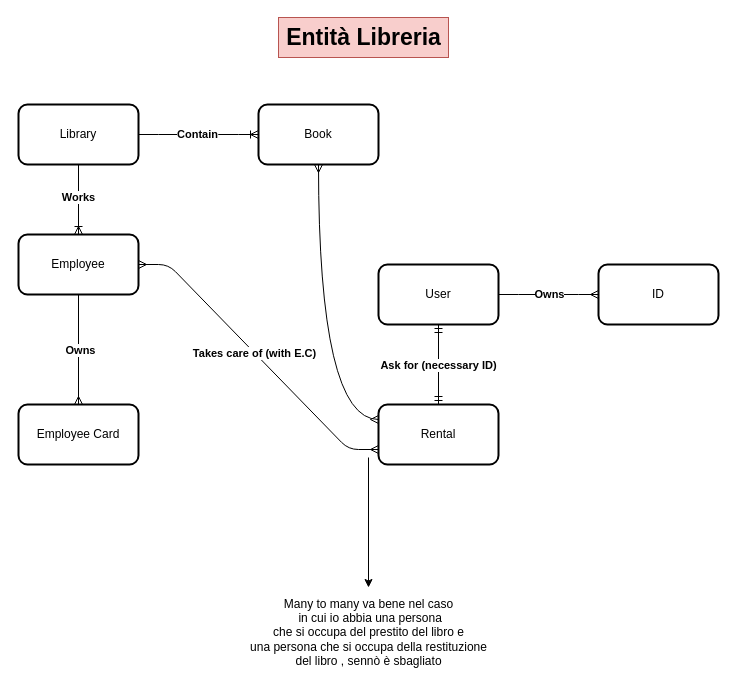
DavideDamico/ITS-Steve-Jobs keeps this draw.io diagram as SteveJobs/DATA MANAGEMENT/biblioteca.dio. Above is the earlier version. Source tidied: cells renumbered, new cells numbered last; positions are measured from the earlier drawing's top-left corner, leaving out a move shared by most shapes. Both pictures are drawn from the tidied source at 100%, with x=0, y=0 at pixel (18, 17).
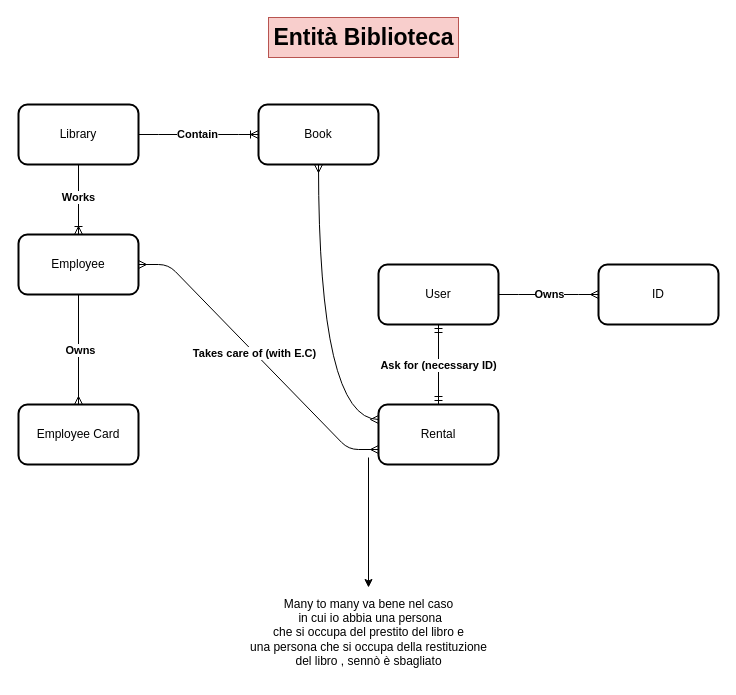
The same page after the edit.

Commit message (it also covers changes not shown here):
Implementazione biblioteca_rivisitata (da finire)

Change to the diagram source:
```diff
@@
-    <mxCell id="18" value="Entità Libreria" style="text;html=1;align=center;verticalAlign=middle;strokeColor=#b85450;fillColor=#f8cecc;fontStyle=1;fontSize=23;" parent="1" vertex="1">
-      <mxGeometry x="260" width="170" height="40" as="geometry" />
+    <mxCell id="18" value="Entità Biblioteca" style="text;html=1;align=center;verticalAlign=middle;strokeColor=#b85450;fillColor=#f8cecc;fontStyle=1;fontSize=23;" parent="1" vertex="1">
+      <mxGeometry x="250" width="190" height="40" as="geometry" />
     </mxCell>
```
